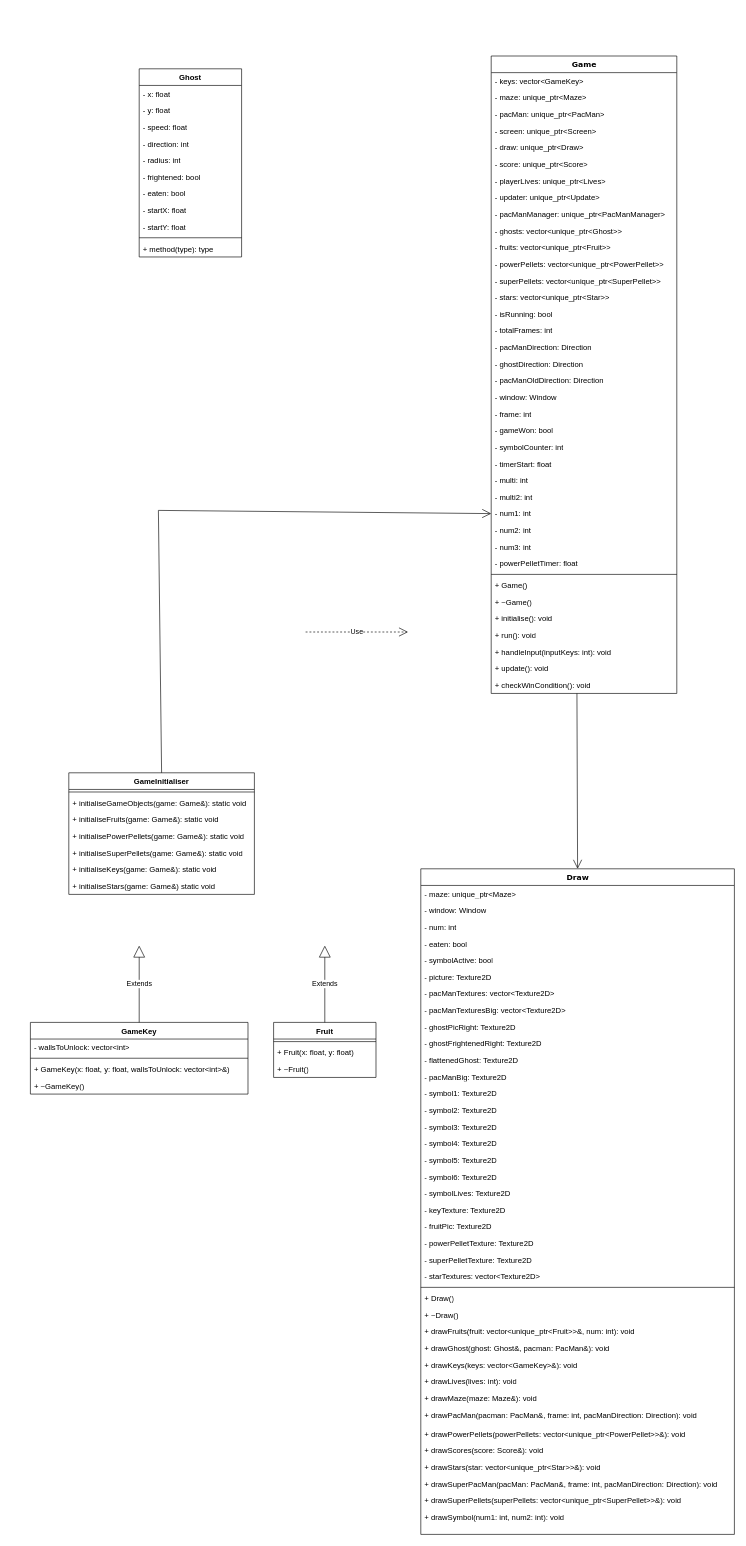
Earlier version of the draw.io diagram resources/Untitled Diagram.drawio (WarwickBrown/Super-Pac-Man). Source tidied: cells renumbered, new cells numbered last; positions are measured from the earlier drawing's top-left corner, leaving out a move shared by most shapes. Both pictures are drawn from the tidied source at 64%, with x=0, y=0 at pixel (30, 56).
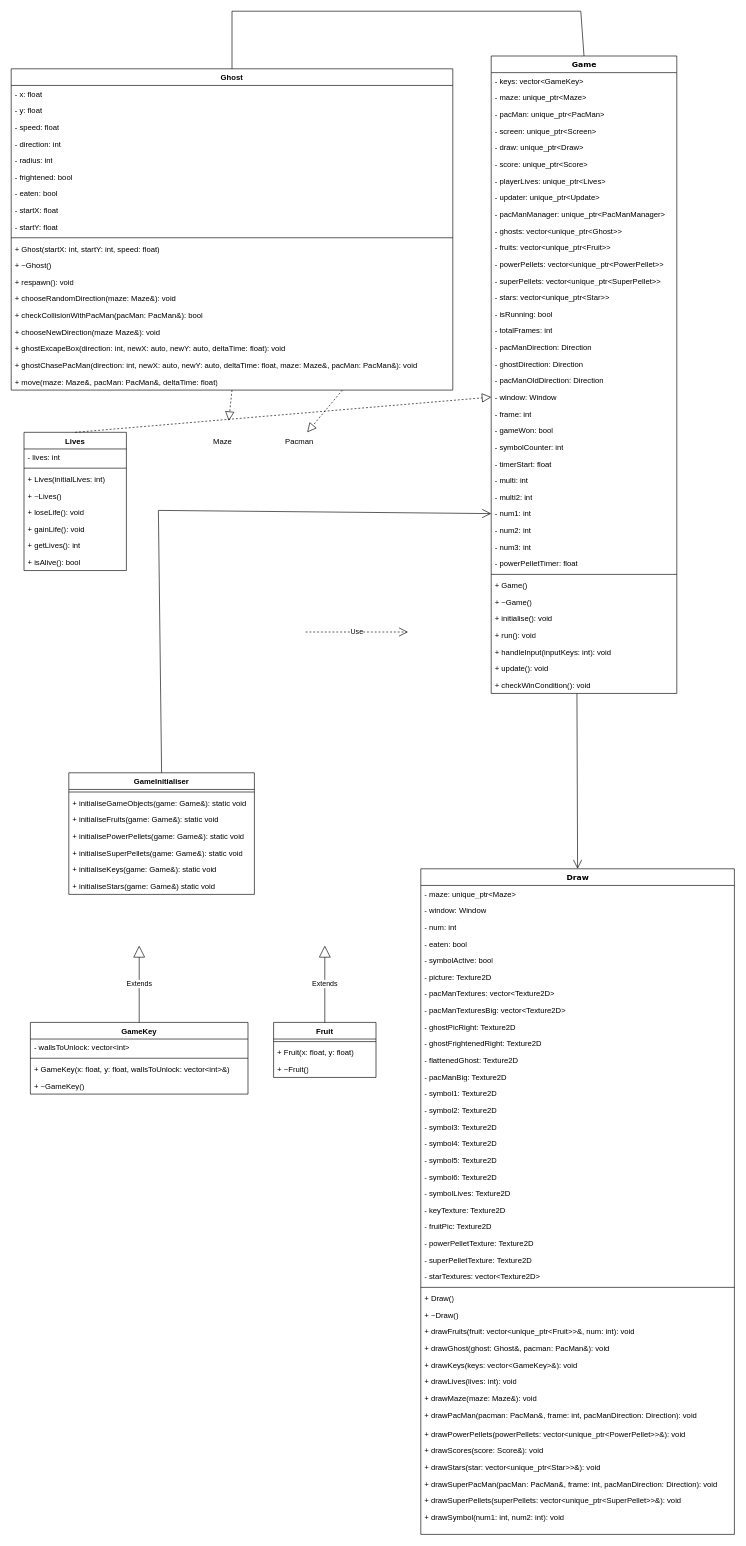
The same diagram, later.

Unchanged cells that the change refers to:
```xml
<mxCell id="2" value="Game" style="swimlane;html=1;fontStyle=1;align=center;verticalAlign=top;horizontal=1;startSize=26;swimlaneFillColor=#ffffff;rounded=0;shadow=0;comic=0;labelBackgroundColor=none;strokeWidth=1;fillColor=none;fontFamily=Verdana;fontSize=12;" parent="1" vertex="1">
  <mxGeometry x="720" width="290" height="996" as="geometry" />
</mxCell>
<mxCell id="22" value="&lt;div&gt;- window: Window&lt;/div&gt;&lt;div&gt;&lt;br&gt;&lt;/div&gt;" style="text;html=1;strokeColor=none;fillColor=none;align=left;verticalAlign=top;spacingLeft=4;spacingRight=4;whiteSpace=wrap;overflow=hidden;points=[[0,0.5],[1,0.5]];portConstraint=eastwest;" parent="2" vertex="1">
  <mxGeometry y="520" width="290" height="26" as="geometry" />
</mxCell>
```

Diff of the diagram source:
```diff
@@
     <mxCell id="103" value="Ghost" style="swimlane;fontStyle=1;align=center;verticalAlign=top;horizontal=1;startSize=26;whiteSpace=wrap;html=1;" parent="1" vertex="1">
-      <mxGeometry x="170" y="20" width="160" height="294" as="geometry" />
+      <mxGeometry x="-30" y="20" width="690" height="502" as="geometry" />
     </mxCell>
     <mxCell id="104" value="- x: float" style="text;strokeColor=none;fillColor=none;align=left;verticalAlign=top;spacingLeft=4;spacingRight=4;overflow=hidden;whiteSpace=wrap;html=1;" parent="103" vertex="1">
-      <mxGeometry y="26" width="160" height="26" as="geometry" />
+      <mxGeometry y="26" width="690" height="26" as="geometry" />
     </mxCell>
     <mxCell id="105" value="- y: float" style="text;strokeColor=none;fillColor=none;align=left;verticalAlign=top;spacingLeft=4;spacingRight=4;overflow=hidden;whiteSpace=wrap;html=1;" parent="103" vertex="1">
-      <mxGeometry y="52" width="160" height="26" as="geometry" />
+      <mxGeometry y="52" width="690" height="26" as="geometry" />
     </mxCell>
     <mxCell id="106" value="- speed: float" style="text;strokeColor=none;fillColor=none;align=left;verticalAlign=top;spacingLeft=4;spacingRight=4;overflow=hidden;whiteSpace=wrap;html=1;" parent="103" vertex="1">
-      <mxGeometry y="78" width="160" height="26" as="geometry" />
+      <mxGeometry y="78" width="690" height="26" as="geometry" />
     </mxCell>
     <mxCell id="107" value="- direction: int" style="text;strokeColor=none;fillColor=none;align=left;verticalAlign=top;spacingLeft=4;spacingRight=4;overflow=hidden;whiteSpace=wrap;html=1;" parent="103" vertex="1">
-      <mxGeometry y="104" width="160" height="26" as="geometry" />
+      <mxGeometry y="104" width="690" height="26" as="geometry" />
     </mxCell>
     <mxCell id="108" value="- radius: int" style="text;strokeColor=none;fillColor=none;align=left;verticalAlign=top;spacingLeft=4;spacingRight=4;overflow=hidden;whiteSpace=wrap;html=1;" parent="103" vertex="1">
-      <mxGeometry y="130" width="160" height="26" as="geometry" />
+      <mxGeometry y="130" width="690" height="26" as="geometry" />
     </mxCell>
     <mxCell id="109" value="- frightened: bool" style="text;strokeColor=none;fillColor=none;align=left;verticalAlign=top;spacingLeft=4;spacingRight=4;overflow=hidden;whiteSpace=wrap;html=1;" parent="103" vertex="1">
-      <mxGeometry y="156" width="160" height="26" as="geometry" />
+      <mxGeometry y="156" width="690" height="26" as="geometry" />
     </mxCell>
     <mxCell id="110" value="- eaten: bool" style="text;strokeColor=none;fillColor=none;align=left;verticalAlign=top;spacingLeft=4;spacingRight=4;overflow=hidden;whiteSpace=wrap;html=1;" parent="103" vertex="1">
-      <mxGeometry y="182" width="160" height="26" as="geometry" />
+      <mxGeometry y="182" width="690" height="26" as="geometry" />
     </mxCell>
     <mxCell id="111" value="- startX: float" style="text;strokeColor=none;fillColor=none;align=left;verticalAlign=top;spacingLeft=4;spacingRight=4;overflow=hidden;whiteSpace=wrap;html=1;" parent="103" vertex="1">
-      <mxGeometry y="208" width="160" height="26" as="geometry" />
+      <mxGeometry y="208" width="690" height="26" as="geometry" />
     </mxCell>
     <mxCell id="112" value="- startY: float" style="text;strokeColor=none;fillColor=none;align=left;verticalAlign=top;spacingLeft=4;spacingRight=4;overflow=hidden;whiteSpace=wrap;html=1;" parent="103" vertex="1">
-      <mxGeometry y="234" width="160" height="26" as="geometry" />
+      <mxGeometry y="234" width="690" height="26" as="geometry" />
     </mxCell>
     <mxCell id="113" style="line;strokeWidth=1;fillColor=none;align=left;verticalAlign=middle;spacingTop=-1;spacingLeft=3;spacingRight=3;labelPosition=right;strokeColor=inherit;" parent="103" vertex="1">
-      <mxGeometry y="260" width="160" height="8" as="geometry" />
+      <mxGeometry y="260" width="690" height="8" as="geometry" />
     </mxCell>
-    <mxCell id="114" value="+ method(type): type" style="text;strokeColor=none;fillColor=none;align=left;verticalAlign=top;spacingLeft=4;spacingRight=4;overflow=hidden;whiteSpace=wrap;html=1;" parent="103" vertex="1">
-      <mxGeometry y="268" width="160" height="26" as="geometry" />
+    <mxCell id="114" value="+ Ghost(startX: int, startY: int, speed: float)" style="text;strokeColor=none;fillColor=none;align=left;verticalAlign=top;spacingLeft=4;spacingRight=4;overflow=hidden;whiteSpace=wrap;html=1;" parent="103" vertex="1">
+      <mxGeometry y="268" width="690" height="26" as="geometry" />
     </mxCell>
+    <mxCell id="115" value="+ ~Ghost()" style="text;strokeColor=none;fillColor=none;align=left;verticalAlign=top;spacingLeft=4;spacingRight=4;overflow=hidden;whiteSpace=wrap;html=1;" parent="103" vertex="1">
+      <mxGeometry y="294" width="690" height="26" as="geometry" />
+    </mxCell>
+    <mxCell id="116" value="+ respawn(): void" style="text;strokeColor=none;fillColor=none;align=left;verticalAlign=top;spacingLeft=4;spacingRight=4;overflow=hidden;whiteSpace=wrap;html=1;" parent="103" vertex="1">
+      <mxGeometry y="320" width="690" height="26" as="geometry" />
+    </mxCell>
+    <mxCell id="117" value="+ chooseRandomDirection(maze: Maze&amp;amp;): void" style="text;strokeColor=none;fillColor=none;align=left;verticalAlign=top;spacingLeft=4;spacingRight=4;overflow=hidden;whiteSpace=wrap;html=1;" parent="103" vertex="1">
+      <mxGeometry y="346" width="690" height="26" as="geometry" />
+    </mxCell>
+    <mxCell id="118" value="+ checkCollisionWithPacMan(pacMan: PacMan&amp;amp;): bool" style="text;strokeColor=none;fillColor=none;align=left;verticalAlign=top;spacingLeft=4;spacingRight=4;overflow=hidden;whiteSpace=wrap;html=1;" parent="103" vertex="1">
+      <mxGeometry y="372" width="690" height="26" as="geometry" />
+    </mxCell>
+    <mxCell id="119" value="+ chooseNewDirection(maze Maze&amp;amp;): void" style="text;strokeColor=none;fillColor=none;align=left;verticalAlign=top;spacingLeft=4;spacingRight=4;overflow=hidden;whiteSpace=wrap;html=1;" parent="103" vertex="1">
+      <mxGeometry y="398" width="690" height="26" as="geometry" />
+    </mxCell>
+    <mxCell id="120" value="+ ghostExcapeBox(direction: int, newX: auto, newY: auto, deltaTime: float): void" style="text;strokeColor=none;fillColor=none;align=left;verticalAlign=top;spacingLeft=4;spacingRight=4;overflow=hidden;whiteSpace=wrap;html=1;" parent="103" vertex="1">
+      <mxGeometry y="424" width="690" height="26" as="geometry" />
+    </mxCell>
+    <mxCell id="121" value="+ ghostChasePacMan(direction: int, newX: auto, newY: auto, deltaTime: float, maze: Maze&amp;amp;, pacMan: PacMan&amp;amp;): void" style="text;strokeColor=none;fillColor=none;align=left;verticalAlign=top;spacingLeft=4;spacingRight=4;overflow=hidden;whiteSpace=wrap;html=1;" parent="103" vertex="1">
+      <mxGeometry y="450" width="690" height="26" as="geometry" />
+    </mxCell>
+    <mxCell id="122" value="+ move(maze: Maze&amp;amp;, pacMan: PacMan&amp;amp;, deltaTime: float)" style="text;strokeColor=none;fillColor=none;align=left;verticalAlign=top;spacingLeft=4;spacingRight=4;overflow=hidden;whiteSpace=wrap;html=1;" parent="103" vertex="1">
+      <mxGeometry y="476" width="690" height="26" as="geometry" />
+    </mxCell>
+    <mxCell id="123" style="endArrow=block;dashed=1;endFill=0;endSize=12;html=1;rounded=0;exitX=0.5;exitY=1;exitDx=0;exitDy=0;" parent="1" edge="1" source="103">
+      <mxGeometry relative="1" as="geometry">
+        <mxPoint x="310" y="570" as="targetPoint" />
+      </mxGeometry>
+    </mxCell>
+    <mxCell id="124" value="Maze" style="text;html=1;align=center;verticalAlign=middle;strokeColor=none;fillColor=none;" parent="1" vertex="1">
+      <mxGeometry x="275" y="588" width="50" height="30" as="geometry" />
+    </mxCell>
+    <mxCell id="125" value="Pacman" style="text;html=1;align=center;verticalAlign=middle;points=[];strokeColor=none;fillColor=none;" parent="1" vertex="1">
+      <mxGeometry x="385" y="588" width="70" height="30" as="geometry" />
+    </mxCell>
+    <mxCell id="126" style="endArrow=block;dashed=1;endFill=0;endSize=12;html=1;rounded=0;exitX=0.75;exitY=1;exitDx=0;exitDy=0;" parent="1" edge="1" source="103" target="125">
+      <mxGeometry relative="1" as="geometry" />
+    </mxCell>
+    <mxCell id="127" style="endArrow=none;html=1;rounded=0;exitX=0.5;exitY=0;exitDx=0;exitDy=0;entryX=0.5;entryY=0;entryDx=0;entryDy=0;" parent="1" edge="1" source="103" target="2">
+      <mxGeometry relative="1" as="geometry">
+        <Array as="points">
+          <mxPoint x="315" y="-70" />
+          <mxPoint x="860" y="-70" />
+        </Array>
+      </mxGeometry>
+    </mxCell>
+    <mxCell id="128" value="Lives" style="swimlane;fontStyle=1;align=center;verticalAlign=top;horizontal=1;startSize=26;whiteSpace=wrap;html=1;" parent="1" vertex="1">
+      <mxGeometry x="-10" y="588" width="160" height="216" as="geometry" />
+    </mxCell>
+    <mxCell id="129" value="- lives: int" style="text;strokeColor=none;fillColor=none;align=left;verticalAlign=top;spacingLeft=4;spacingRight=4;overflow=hidden;whiteSpace=wrap;html=1;" parent="128" vertex="1">
+      <mxGeometry y="26" width="160" height="26" as="geometry" />
+    </mxCell>
+    <mxCell id="130" style="line;strokeWidth=1;fillColor=none;align=left;verticalAlign=middle;spacingTop=-1;spacingLeft=3;spacingRight=3;labelPosition=right;strokeColor=inherit;" parent="128" vertex="1">
+      <mxGeometry y="52" width="160" height="8" as="geometry" />
+    </mxCell>
+    <mxCell id="131" value="+ Lives(initialLives: int)" style="text;strokeColor=none;fillColor=none;align=left;verticalAlign=top;spacingLeft=4;spacingRight=4;overflow=hidden;whiteSpace=wrap;html=1;" parent="128" vertex="1">
+      <mxGeometry y="60" width="160" height="26" as="geometry" />
+    </mxCell>
+    <mxCell id="132" value="+ ~Lives()" style="text;strokeColor=none;fillColor=none;align=left;verticalAlign=top;spacingLeft=4;spacingRight=4;overflow=hidden;whiteSpace=wrap;html=1;" parent="128" vertex="1">
+      <mxGeometry y="86" width="160" height="26" as="geometry" />
+    </mxCell>
+    <mxCell id="133" value="+ loseLife(): void" style="text;strokeColor=none;fillColor=none;align=left;verticalAlign=top;spacingLeft=4;spacingRight=4;overflow=hidden;whiteSpace=wrap;html=1;" parent="128" vertex="1">
+      <mxGeometry y="112" width="160" height="26" as="geometry" />
+    </mxCell>
+    <mxCell id="134" value="+ gainLife(): void" style="text;strokeColor=none;fillColor=none;align=left;verticalAlign=top;spacingLeft=4;spacingRight=4;overflow=hidden;whiteSpace=wrap;html=1;" parent="128" vertex="1">
+      <mxGeometry y="138" width="160" height="26" as="geometry" />
+    </mxCell>
+    <mxCell id="135" value="+ getLives(): int" style="text;strokeColor=none;fillColor=none;align=left;verticalAlign=top;spacingLeft=4;spacingRight=4;overflow=hidden;whiteSpace=wrap;html=1;" parent="128" vertex="1">
+      <mxGeometry y="164" width="160" height="26" as="geometry" />
+    </mxCell>
+    <mxCell id="136" value="+ isAlive(): bool" style="text;strokeColor=none;fillColor=none;align=left;verticalAlign=top;spacingLeft=4;spacingRight=4;overflow=hidden;whiteSpace=wrap;html=1;" parent="128" vertex="1">
+      <mxGeometry y="190" width="160" height="26" as="geometry" />
+    </mxCell>
+    <mxCell id="137" style="endArrow=block;dashed=1;endFill=0;endSize=12;html=1;rounded=0;exitX=0.5;exitY=0;exitDx=0;exitDy=0;entryX=0;entryY=0.5;entryDx=0;entryDy=0;" parent="1" edge="1" source="128" target="22">
+      <mxGeometry relative="1" as="geometry" />
+    </mxCell>
```
